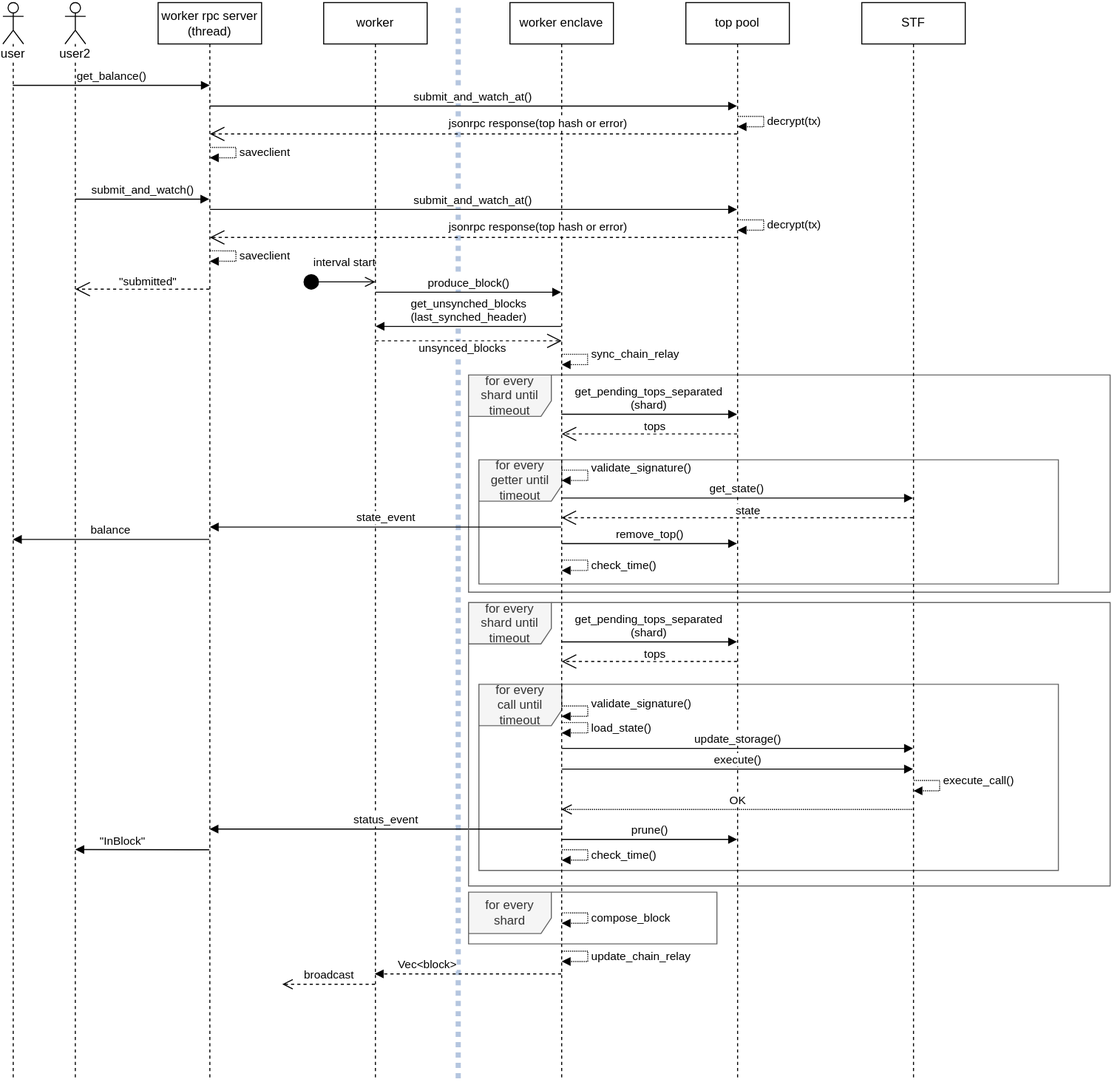
The draw.io diagram sidechain-sequence.svg in haerdib/substraTEE_diagramms, before a commit. Source tidied: cells renumbered, new cells last; positions are measured from the earlier drawing's top-left corner, leaving out a move shared by most shapes.
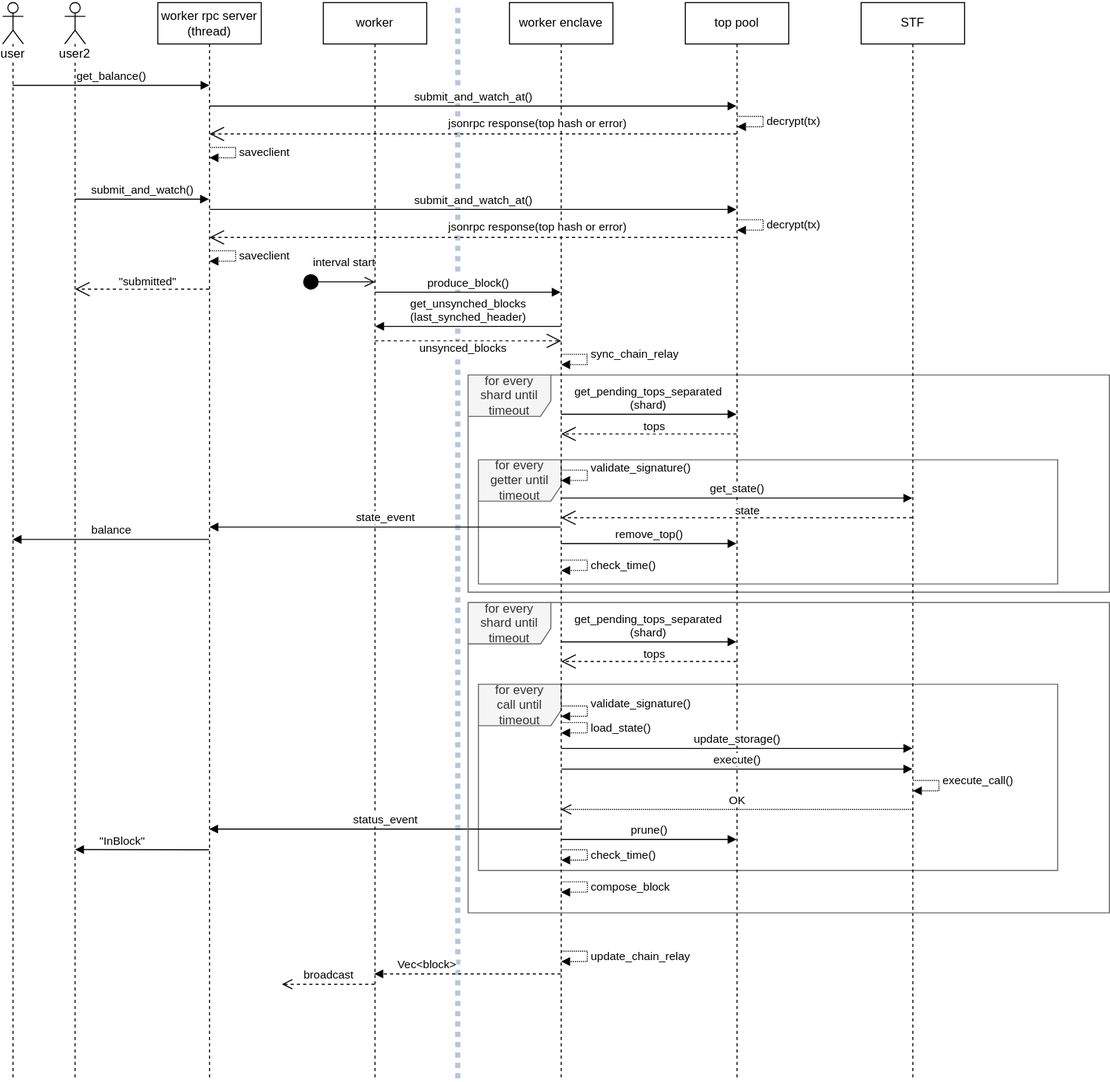
The same file after the commit.

What changed in the source:
```diff
@@ -2,9 +2,6 @@
   <root>
     <mxCell id="0" />
     <mxCell id="1" parent="0" />
-    <mxCell id="2" value="for every shard" style="shape=umlFrame;whiteSpace=wrap;html=1;width=80;height=40;fillColor=#f5f5f5;strokeColor=#666666;fontColor=#333333;" parent="1" vertex="1">
-      <mxGeometry x="450" y="860" width="240" height="50" as="geometry" />
-    </mxCell>
     <mxCell id="3" value="for every shard until timeout" style="shape=umlFrame;whiteSpace=wrap;html=1;width=80;height=40;fillColor=#f5f5f5;strokeColor=#666666;fontColor=#333333;" parent="1" vertex="1">
       <mxGeometry x="450" y="360" width="620" height="210" as="geometry" />
     </mxCell>
@@ -125,11 +122,11 @@
     </mxCell>
     <mxCell id="24" value="compose_block" style="edgeStyle=orthogonalEdgeStyle;html=1;align=left;spacingLeft=2;endArrow=block;rounded=0;dashed=1;dashPattern=1 1;" parent="1" edge="1">
       <mxGeometry relative="1" as="geometry">
-        <mxPoint x="540.2" y="880" as="sourcePoint" />
-        <mxPoint x="540" y="890" as="targetPoint" />
+        <mxPoint x="540.2" y="850" as="sourcePoint" />
+        <mxPoint x="540" y="860" as="targetPoint" />
         <Array as="points">
-          <mxPoint x="565.2" y="880" />
-          <mxPoint x="565.2" y="890" />
+          <mxPoint x="565.2" y="850" />
+          <mxPoint x="565.2" y="860" />
         </Array>
       </mxGeometry>
     </mxCell>
@@ -341,7 +338,7 @@
       </mxGeometry>
     </mxCell>
     <mxCell id="53" value="for every shard until timeout" style="shape=umlFrame;whiteSpace=wrap;html=1;width=80;height=40;fillColor=#f5f5f5;strokeColor=#666666;fontColor=#333333;" parent="1" vertex="1">
-      <mxGeometry x="450" y="580" width="620" height="274" as="geometry" />
+      <mxGeometry x="450" y="580" width="620" height="300" as="geometry" />
     </mxCell>
     <mxCell id="54" value="&lt;div&gt;get_pending_tops_separated&lt;/div&gt;&lt;div&gt;(shard)&lt;/div&gt;" style="html=1;verticalAlign=bottom;endArrow=block;" parent="1" edge="1">
       <mxGeometry relative="1" as="geometry">
```
